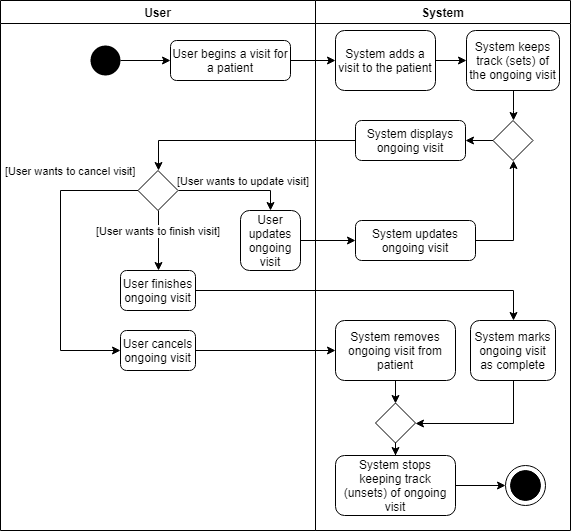
This is docs/images/VisitActivityDiagram.png from nus-cs2103-AY1920S1/addressbook-level3, a draw.io export, as it was before one commit. Source tidied: cells renumbered, new cells last; positions are measured from the earlier drawing's top-left corner, leaving out a move shared by most shapes.
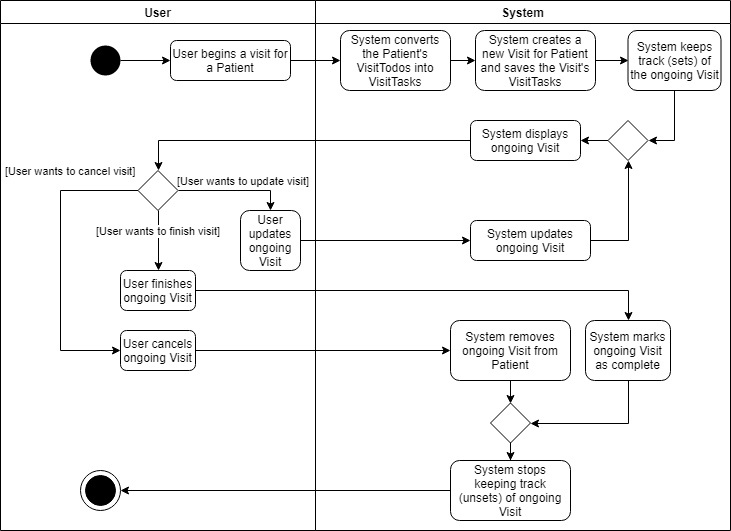
After the change.

Diff of the diagram source:
```diff
@@ -6,46 +6,46 @@
       <mxGeometry relative="1" as="geometry" />
     </mxCell>
     <mxCell id="3" value="System" style="swimlane;strokeColor=#000000;strokeWidth=1;" parent="1" vertex="1">
-      <mxGeometry x="315" width="255" height="530" as="geometry" />
+      <mxGeometry x="315" width="415" height="530" as="geometry" />
     </mxCell>
-    <mxCell id="4" style="edgeStyle=orthogonalEdgeStyle;rounded=0;jumpSize=0;jettySize=auto;html=1;entryX=0;entryY=0.5;entryDx=0;entryDy=0;strokeColor=#000000;" parent="3" edge="1" source="5" target="7">
-      <mxGeometry relative="1" as="geometry" />
-    </mxCell>
+    <mxCell id="37" style="edgeStyle=orthogonalEdgeStyle;rounded=0;jumpSize=0;jettySize=auto;html=1;strokeColor=#000000;" parent="3" edge="1" source="5" target="39">
+      <mxGeometry relative="1" as="geometry" />
+    </mxCell>
-    <mxCell id="5" value="System adds a visit to the patient" style="rounded=1;whiteSpace=wrap;html=1;" parent="3" vertex="1">
-      <mxGeometry x="20" y="30" width="100" height="60" as="geometry" />
+    <mxCell id="5" value="System converts the Patient's VisitTodos into VisitTasks" style="rounded=1;whiteSpace=wrap;html=1;" parent="3" vertex="1">
+      <mxGeometry x="25" y="30" width="110" height="60" as="geometry" />
     </mxCell>
+    <mxCell id="38" style="edgeStyle=orthogonalEdgeStyle;rounded=0;jumpSize=0;jettySize=auto;html=1;entryX=0;entryY=0.5;entryDx=0;entryDy=0;strokeColor=#000000;" parent="3" edge="1" source="39" target="7">
+      <mxGeometry relative="1" as="geometry" />
+    </mxCell>
+    <mxCell id="39" value="System creates a new Visit for Patient and saves the Visit's VisitTasks" style="rounded=1;whiteSpace=wrap;html=1;" parent="3" vertex="1">
+      <mxGeometry x="160" y="30" width="120" height="60" as="geometry" />
+    </mxCell>
-    <mxCell id="6" style="edgeStyle=orthogonalEdgeStyle;rounded=0;jumpSize=0;jettySize=auto;html=1;entryX=0.5;entryY=0;entryDx=0;entryDy=0;strokeColor=#000000;" parent="3" edge="1" source="7" target="21">
+    <mxCell id="6" style="edgeStyle=orthogonalEdgeStyle;rounded=0;jumpSize=0;jettySize=auto;html=1;entryX=1;entryY=0.5;entryDx=0;entryDy=0;strokeColor=#000000;" parent="3" edge="1" source="7" target="21">
       <mxGeometry relative="1" as="geometry" />
     </mxCell>
-    <mxCell id="7" value="System&amp;nbsp;keeps track (sets) of the ongoing visit" style="rounded=1;whiteSpace=wrap;html=1;" parent="3" vertex="1">
-      <mxGeometry x="151" y="30" width="93" height="60" as="geometry" />
+    <mxCell id="7" value="System&amp;nbsp;keeps track (sets) of the ongoing Visit" style="rounded=1;whiteSpace=wrap;html=1;" parent="3" vertex="1">
+      <mxGeometry x="312.5" y="30" width="93" height="60" as="geometry" />
     </mxCell>
-    <mxCell id="8" value="System&amp;nbsp;displays ongoing visit" style="rounded=1;whiteSpace=wrap;html=1;" parent="3" vertex="1">
-      <mxGeometry x="40" y="120" width="110" height="40" as="geometry" />
+    <mxCell id="8" value="System&amp;nbsp;displays ongoing Visit" style="rounded=1;whiteSpace=wrap;html=1;" parent="3" vertex="1">
+      <mxGeometry x="155" y="120" width="110" height="40" as="geometry" />
     </mxCell>
     <mxCell id="9" style="edgeStyle=orthogonalEdgeStyle;rounded=0;jumpSize=0;jettySize=auto;html=1;exitX=0.5;exitY=1;exitDx=0;exitDy=0;entryX=0.5;entryY=0;entryDx=0;entryDy=0;strokeColor=#000000;" parent="3" edge="1" source="10" target="12">
       <mxGeometry relative="1" as="geometry" />
     </mxCell>
-    <mxCell id="10" value="System removes ongoing visit from patient" style="rounded=1;whiteSpace=wrap;html=1;" parent="3" vertex="1">
-      <mxGeometry x="20" y="320" width="120" height="60" as="geometry" />
+    <mxCell id="10" value="System removes ongoing Visit from Patient" style="rounded=1;whiteSpace=wrap;html=1;" parent="3" vertex="1">
+      <mxGeometry x="135" y="320" width="120" height="60" as="geometry" />
     </mxCell>
     <mxCell id="11" style="edgeStyle=orthogonalEdgeStyle;rounded=0;jumpSize=0;jettySize=auto;html=1;strokeColor=#000000;" parent="3" edge="1" source="12" target="14">
       <mxGeometry relative="1" as="geometry" />
     </mxCell>
     <mxCell id="12" style="rhombus;whiteSpace=wrap;html=1;strokeColor=#000000;strokeWidth=1;" parent="3" vertex="1">
-      <mxGeometry x="60" y="402.5" width="40" height="40" as="geometry" />
+      <mxGeometry x="175" y="402.5" width="40" height="40" as="geometry" />
     </mxCell>
-    <mxCell id="13" style="edgeStyle=orthogonalEdgeStyle;rounded=0;jumpSize=0;jettySize=auto;html=1;exitX=1;exitY=0.5;exitDx=0;exitDy=0;entryX=0;entryY=0.5;entryDx=0;entryDy=0;entryPerimeter=0;strokeColor=#000000;" parent="3" edge="1" source="14" target="15">
-      <mxGeometry relative="1" as="geometry" />
-    </mxCell>
-    <mxCell id="14" value="System stops keeping track (unsets) of ongoing visit" style="rounded=1;whiteSpace=wrap;html=1;" parent="3" vertex="1">
-      <mxGeometry x="20" y="455" width="120" height="60" as="geometry" />
+    <mxCell id="14" value="System stops keeping track (unsets) of ongoing Visit" style="rounded=1;whiteSpace=wrap;html=1;" parent="3" vertex="1">
+      <mxGeometry x="135" y="460" width="120" height="60" as="geometry" />
     </mxCell>
-    <mxCell id="15" style="html=1;shape=mxgraph.sysml.actFinal;strokeWidth=1;verticalLabelPosition=bottom;verticalAlignment=top;" parent="3" vertex="1">
-      <mxGeometry x="190" y="465" width="40" height="40" as="geometry" />
-    </mxCell>
-    <mxCell id="16" value="System marks ongoing visit as complete" style="rounded=1;whiteSpace=wrap;html=1;" parent="3" vertex="1">
-      <mxGeometry x="155" y="320" width="85" height="60" as="geometry" />
+    <mxCell id="16" value="System marks ongoing Visit as complete" style="rounded=1;whiteSpace=wrap;html=1;" parent="3" vertex="1">
+      <mxGeometry x="270" y="320" width="85" height="60" as="geometry" />
     </mxCell>
     <mxCell id="17" style="edgeStyle=orthogonalEdgeStyle;rounded=0;jumpSize=0;jettySize=auto;html=1;exitX=0.5;exitY=1;exitDx=0;exitDy=0;entryX=1;entryY=0.5;entryDx=0;entryDy=0;strokeColor=#000000;" parent="3" edge="1" source="16" target="12">
       <mxGeometry relative="1" as="geometry" />
@@ -53,19 +53,19 @@
     <mxCell id="18" style="edgeStyle=orthogonalEdgeStyle;rounded=0;jumpSize=0;jettySize=auto;html=1;exitX=1;exitY=0.5;exitDx=0;exitDy=0;entryX=0.5;entryY=1;entryDx=0;entryDy=0;strokeColor=#000000;" parent="3" edge="1" source="19" target="21">
       <mxGeometry relative="1" as="geometry" />
     </mxCell>
-    <mxCell id="19" value="System updates ongoing visit" style="rounded=1;whiteSpace=wrap;html=1;" parent="3" vertex="1">
-      <mxGeometry x="40" y="220" width="120" height="40" as="geometry" />
+    <mxCell id="19" value="System updates ongoing Visit" style="rounded=1;whiteSpace=wrap;html=1;" parent="3" vertex="1">
+      <mxGeometry x="155" y="220" width="120" height="40" as="geometry" />
     </mxCell>
     <mxCell id="20" style="edgeStyle=orthogonalEdgeStyle;rounded=0;jumpSize=0;jettySize=auto;html=1;exitX=0;exitY=0.5;exitDx=0;exitDy=0;entryX=1;entryY=0.5;entryDx=0;entryDy=0;strokeColor=#000000;" parent="3" edge="1" source="21" target="8">
       <mxGeometry relative="1" as="geometry" />
     </mxCell>
     <mxCell id="21" style="rhombus;whiteSpace=wrap;html=1;strokeColor=#000000;strokeWidth=1;" parent="3" vertex="1">
-      <mxGeometry x="177.5" y="120" width="40" height="40" as="geometry" />
+      <mxGeometry x="292.5" y="120" width="40" height="40" as="geometry" />
     </mxCell>
     <mxCell id="22" value="User" style="swimlane;strokeColor=#000000;strokeWidth=1;" parent="1" vertex="1">
       <mxGeometry width="315" height="530" as="geometry" />
     </mxCell>
-    <mxCell id="23" value="User begins a visit for a patient" style="rounded=1;whiteSpace=wrap;html=1;" parent="22" vertex="1">
+    <mxCell id="23" value="User begins a visit for a Patient" style="rounded=1;whiteSpace=wrap;html=1;" parent="22" vertex="1">
       <mxGeometry x="170" y="40" width="120" height="40" as="geometry" />
     </mxCell>
     <mxCell id="24" style="edgeStyle=orthogonalEdgeStyle;rounded=0;jumpSize=0;jettySize=auto;html=1;exitX=1;exitY=0.5;exitDx=0;exitDy=0;entryX=0;entryY=0.5;entryDx=0;entryDy=0;strokeColor=#000000;" parent="22" edge="1" source="25" target="23">
@@ -96,15 +96,18 @@
     <mxCell id="29" style="rhombus;whiteSpace=wrap;html=1;strokeColor=#000000;strokeWidth=1;" parent="22" vertex="1">
       <mxGeometry x="137.5" y="170" width="40" height="40" as="geometry" />
     </mxCell>
-    <mxCell id="30" value="User cancels ongoing visit" style="rounded=1;whiteSpace=wrap;html=1;" parent="22" vertex="1">
+    <mxCell id="30" value="User cancels ongoing Visit" style="rounded=1;whiteSpace=wrap;html=1;" parent="22" vertex="1">
       <mxGeometry x="120" y="330" width="75" height="40" as="geometry" />
     </mxCell>
-    <mxCell id="31" value="User finishes ongoing visit" style="rounded=1;whiteSpace=wrap;html=1;" parent="22" vertex="1">
+    <mxCell id="31" value="User finishes ongoing Visit" style="rounded=1;whiteSpace=wrap;html=1;" parent="22" vertex="1">
       <mxGeometry x="120" y="270" width="75" height="40" as="geometry" />
     </mxCell>
-    <mxCell id="32" value="User updates ongoing visit" style="rounded=1;whiteSpace=wrap;html=1;strokeColor=#000000;strokeWidth=1;" parent="22" vertex="1">
+    <mxCell id="32" value="User updates ongoing Visit" style="rounded=1;whiteSpace=wrap;html=1;strokeColor=#000000;strokeWidth=1;" parent="22" vertex="1">
       <mxGeometry x="240" y="210" width="60" height="60" as="geometry" />
     </mxCell>
+    <mxCell id="15" style="html=1;shape=mxgraph.sysml.actFinal;strokeWidth=1;verticalLabelPosition=bottom;verticalAlignment=top;" parent="22" vertex="1">
+      <mxGeometry x="80" y="470" width="40" height="40" as="geometry" />
+    </mxCell>
     <mxCell id="33" style="edgeStyle=orthogonalEdgeStyle;rounded=0;jumpSize=0;jettySize=auto;html=1;strokeColor=#000000;exitX=1;exitY=0.5;exitDx=0;exitDy=0;" parent="1" edge="1" source="30" target="10">
       <mxGeometry relative="1" as="geometry" />
     </mxCell>
@@ -117,5 +120,8 @@
     <mxCell id="36" style="edgeStyle=orthogonalEdgeStyle;rounded=0;jumpSize=0;jettySize=auto;html=1;exitX=1;exitY=0.5;exitDx=0;exitDy=0;entryX=0.5;entryY=0;entryDx=0;entryDy=0;strokeColor=#000000;" parent="1" edge="1" source="31" target="16">
       <mxGeometry relative="1" as="geometry" />
     </mxCell>
+    <mxCell id="13" style="edgeStyle=orthogonalEdgeStyle;rounded=0;jumpSize=0;jettySize=auto;html=1;entryX=1;entryY=0.5;entryDx=0;entryDy=0;entryPerimeter=0;strokeColor=#000000;" parent="1" edge="1" source="14" target="15">
+      <mxGeometry relative="1" as="geometry" />
+    </mxCell>
   </root>
 </mxGraphModel>
```
